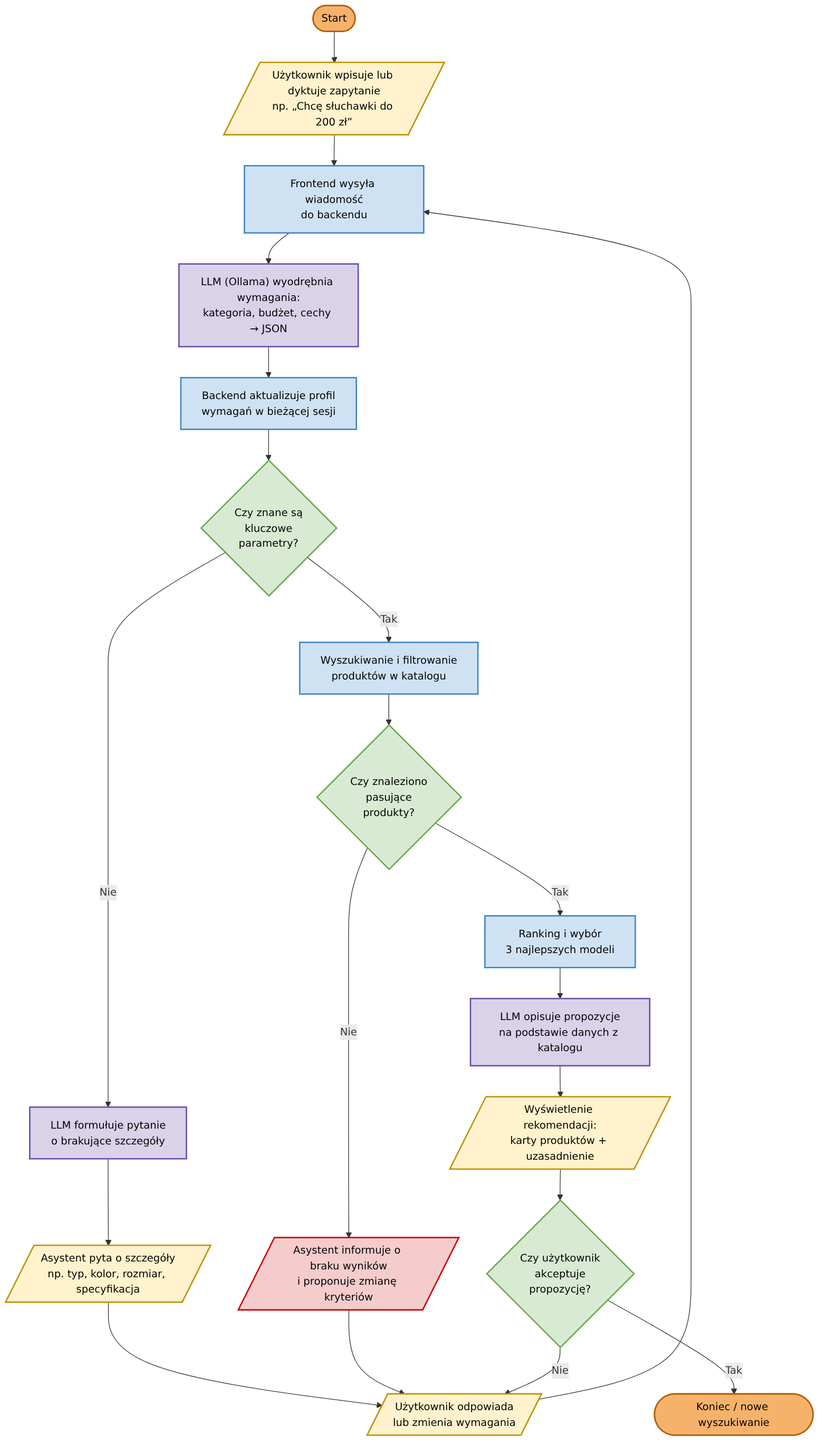
Above: docs/schemat-blokowy.png in Beloiswhite/asystent-zakupowy (Mermaid), before the change. Its source is kept beside it as docs/schemat-blokowy.mmd.
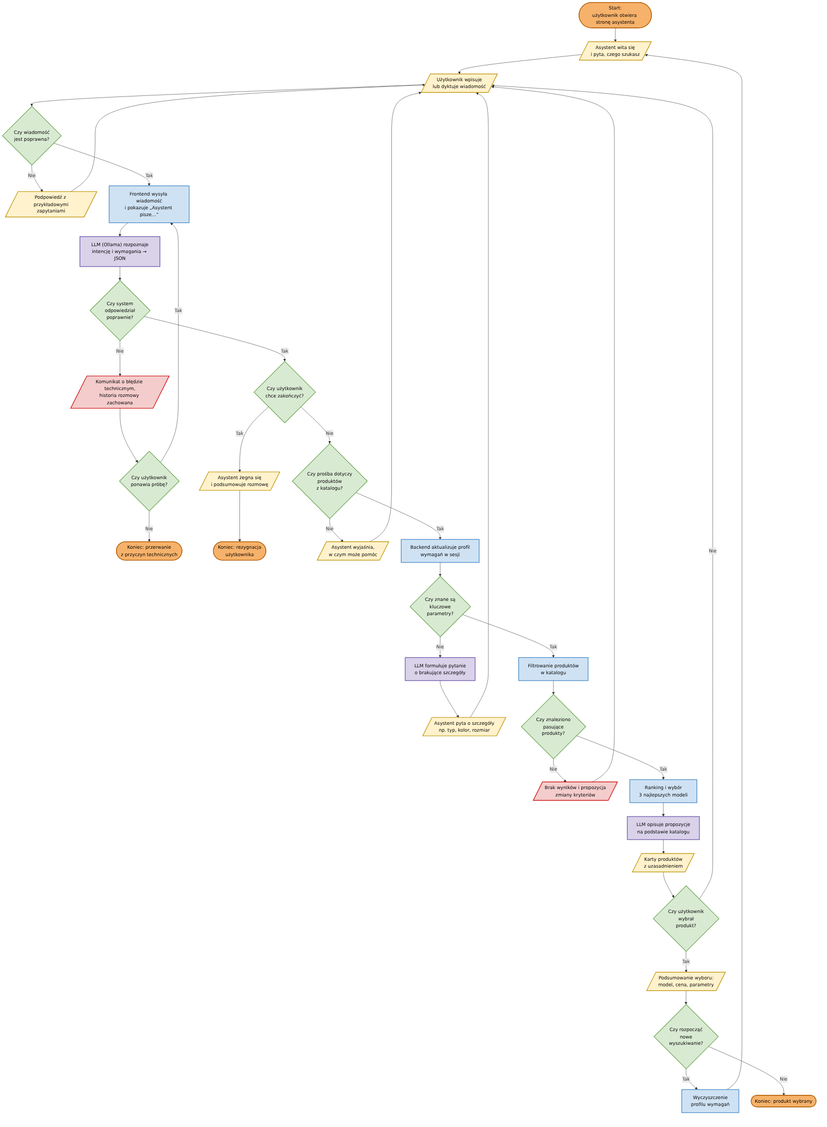
After the change.

Commit message:
Rozbuduj schemat o obsługę błędów i cztery warianty przebiegu

The edit, as a diff of the source:
```diff
@@ -1,30 +1,55 @@
 flowchart TD
-    START(["Start"])
-    Q1[/"Użytkownik wpisuje lub dyktuje zapytanie<br/>np. „Chcę słuchawki do 200 zł”"/]
-    SEND["Frontend wysyła wiadomość<br/>do backendu"]
-    EXTRACT["LLM (Ollama) wyodrębnia wymagania:<br/>kategoria, budżet, cechy → JSON"]
-    UPDATE["Backend aktualizuje profil<br/>wymagań w bieżącej sesji"]
+    START(["Start:<br/>użytkownik otwiera stronę asystenta"])
+    GREET[/"Asystent wita się<br/>i pyta, czego szukasz"/]
+    INPUT[/"Użytkownik wpisuje<br/>lub dyktuje wiadomość"/]
+    V1{"Czy wiadomość<br/>jest poprawna?"}
+    HINT[/"Podpowiedź z przykładowymi<br/>zapytaniami"/]
+    SEND["Frontend wysyła wiadomość<br/>i pokazuje „Asystent pisze…”"]
+    LLM["LLM (Ollama) rozpoznaje<br/>intencję i wymagania → JSON"]
+    E1{"Czy system<br/>odpowiedział<br/>poprawnie?"}
+    ERR[/"Komunikat o błędzie technicznym,<br/>historia rozmowy zachowana"/]
+    R{"Czy użytkownik<br/>ponawia próbę?"}
+    KERR(["Koniec: przerwanie<br/>z przyczyn technicznych"])
+    Q{"Czy użytkownik<br/>chce zakończyć?"}
+    BYE[/"Asystent żegna się<br/>i podsumowuje rozmowę"/]
+    KUSER(["Koniec: rezygnacja<br/>użytkownika"])
+    T{"Czy prośba dotyczy<br/>produktów<br/>z katalogu?"}
+    OFF[/"Asystent wyjaśnia,<br/>w czym może pomóc"/]
+    UPD["Backend aktualizuje profil<br/>wymagań w sesji"]
     D1{"Czy znane są<br/>kluczowe<br/>parametry?"}
     ASK["LLM formułuje pytanie<br/>o brakujące szczegóły"]
-    OUTQ[/"Asystent pyta o szczegóły<br/>np. typ, kolor, rozmiar, specyfikacja"/]
-    ANSWER[/"Użytkownik odpowiada<br/>lub zmienia wymagania"/]
-    SEARCH["Wyszukiwanie i filtrowanie<br/>produktów w katalogu"]
+    OUTQ[/"Asystent pyta o szczegóły<br/>np. typ, kolor, rozmiar"/]
+    SEARCH["Filtrowanie produktów<br/>w katalogu"]
     D2{"Czy znaleziono<br/>pasujące<br/>produkty?"}
-    NORES[/"Asystent informuje o braku wyników<br/>i proponuje zmianę kryteriów"/]
+    NORES[/"Brak wyników i propozycja<br/>zmiany kryteriów"/]
     RANK["Ranking i wybór<br/>3 najlepszych modeli"]
-    DESC["LLM opisuje propozycje<br/>na podstawie danych z katalogu"]
-    SHOW[/"Wyświetlenie rekomendacji:<br/>karty produktów + uzasadnienie"/]
-    D3{"Czy użytkownik<br/>akceptuje<br/>propozycję?"}
-    KONIEC(["Koniec / nowe wyszukiwanie"])
+    DESC["LLM opisuje propozycje<br/>na podstawie katalogu"]
+    SHOW[/"Karty produktów<br/>z uzasadnieniem"/]
+    D3{"Czy użytkownik<br/>wybrał<br/>produkt?"}
+    SUM[/"Podsumowanie wyboru:<br/>model, cena, parametry"/]
+    D4{"Czy rozpocząć<br/>nowe<br/>wyszukiwanie?"}
+    RESET["Wyczyszczenie<br/>profilu wymagań"]
+    KOK(["Koniec: produkt wybrany"])
 
-    START --> Q1 --> SEND --> EXTRACT --> UPDATE --> D1
-    D1 -- Nie --> ASK --> OUTQ --> ANSWER
-    ANSWER --> SEND
+    START --> GREET --> INPUT --> V1
+    V1 -- Nie --> HINT --> INPUT
+    V1 -- Tak --> SEND --> LLM --> E1
+    E1 -- Nie --> ERR --> R
+    R -- Tak --> SEND
+    R -- Nie --> KERR
+    E1 -- Tak --> Q
+    Q -- Tak --> BYE --> KUSER
+    Q -- Nie --> T
+    T -- Nie --> OFF --> INPUT
+    T -- Tak --> UPD --> D1
+    D1 -- Nie --> ASK --> OUTQ --> INPUT
     D1 -- Tak --> SEARCH --> D2
-    D2 -- Nie --> NORES --> ANSWER
+    D2 -- Nie --> NORES --> INPUT
     D2 -- Tak --> RANK --> DESC --> SHOW --> D3
-    D3 -- Nie --> ANSWER
-    D3 -- Tak --> KONIEC
+    D3 -- Nie --> INPUT
+    D3 -- Tak --> SUM --> D4
+    D4 -- Tak --> RESET --> GREET
+    D4 -- Nie --> KOK
 
     classDef term fill:#F6B26B,stroke:#B45F06,stroke-width:2px,color:#000
     classDef proc fill:#CFE2F3,stroke:#3D85C6,stroke-width:2px,color:#000
@@ -32,10 +57,11 @@
     classDef io fill:#FFF2CC,stroke:#BF9000,stroke-width:2px,color:#000
     classDef dec fill:#D9EAD3,stroke:#6AA84F,stroke-width:2px,color:#000
     classDef err fill:#F4CCCC,stroke:#CC0000,stroke-width:2px,color:#000
+    classDef ref fill:#EEEEEE,stroke:#999999,stroke-width:1px,stroke-dasharray:5 5,color:#555
 
-    class START,KONIEC term
-    class SEND,UPDATE,SEARCH,RANK proc
-    class EXTRACT,ASK,DESC llm
-    class Q1,OUTQ,ANSWER,SHOW io
-    class D1,D2,D3 dec
-    class NORES err
+    class START,KERR,KUSER,KOK term
+    class SEND,UPD,SEARCH,RANK,RESET proc
+    class LLM,ASK,DESC llm
+    class GREET,INPUT,HINT,BYE,OFF,OUTQ,SHOW,SUM io
+    class V1,E1,R,Q,T,D1,D2,D3,D4 dec
+    class ERR,NORES err
```
